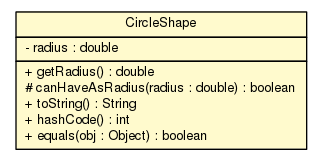
The Graphviz diagram doc/world/physics/geometry/CircleShape.png in sinopeus/asteroids, before a commit. Its source is kept beside it as doc/world/physics/geometry/CircleShape.dot.
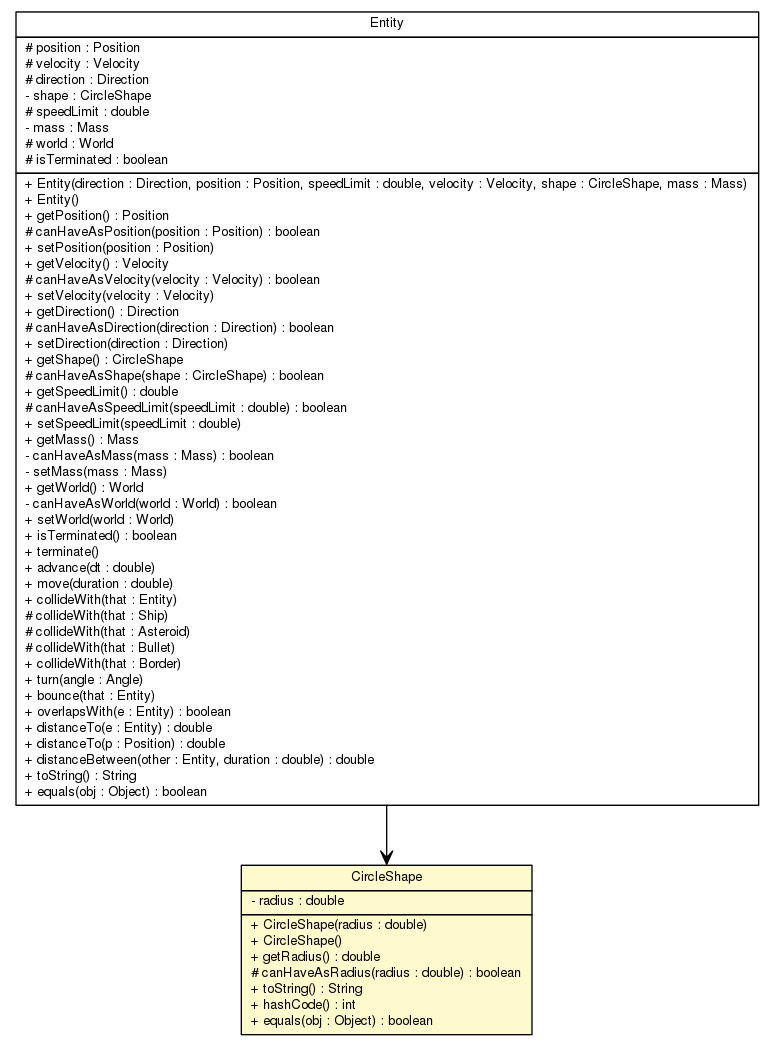
The same diagram one commit later.

Change to the diagram source:
```diff
@@ -4,7 +4,63 @@
 	node [fontname="Helvetica",fontsize=10,shape=plaintext];
 	nodesep=0.25;
 	ranksep=0.5;
-	c6778 [label=<<table title="world.physics.geometry.CircleShape" border="0" cellborder="1" cellspacing="0" cellpadding="2" port="p" bgcolor="lemonChiffon" href="./CircleShape.html">
+	c6804 [label=<<table title="world.entity.Entity" border="0" cellborder="1" cellspacing="0" cellpadding="2" port="p" href="../../entity/Entity.html">
+		<tr><td><table border="0" cellspacing="0" cellpadding="1">
+<tr><td align="center" balign="center"> Entity </td></tr>
+		</table></td></tr>
+		<tr><td><table border="0" cellspacing="0" cellpadding="1">
+<tr><td align="left" balign="left"> # position : Position </td></tr>
+<tr><td align="left" balign="left"> # velocity : Velocity </td></tr>
+<tr><td align="left" balign="left"> # direction : Direction </td></tr>
+<tr><td align="left" balign="left"> - shape : CircleShape </td></tr>
+<tr><td align="left" balign="left"> # speedLimit : double </td></tr>
+<tr><td align="left" balign="left"> - mass : Mass </td></tr>
+<tr><td align="left" balign="left"> # world : World </td></tr>
+<tr><td align="left" balign="left"> # isTerminated : boolean </td></tr>
+		</table></td></tr>
+		<tr><td><table border="0" cellspacing="0" cellpadding="1">
+<tr><td align="left" balign="left"> + Entity(direction : Direction, position : Position, speedLimit : double, velocity : Velocity, shape : CircleShape, mass : Mass) </td></tr>
+<tr><td align="left" balign="left"> + Entity() </td></tr>
+<tr><td align="left" balign="left"> + getPosition() : Position </td></tr>
+<tr><td align="left" balign="left"> # canHaveAsPosition(position : Position) : boolean </td></tr>
+<tr><td align="left" balign="left"> + setPosition(position : Position) </td></tr>
+<tr><td align="left" balign="left"> + getVelocity() : Velocity </td></tr>
+<tr><td align="left" balign="left"> # canHaveAsVelocity(velocity : Velocity) : boolean </td></tr>
+<tr><td align="left" balign="left"> + setVelocity(velocity : Velocity) </td></tr>
+<tr><td align="left" balign="left"> + getDirection() : Direction </td></tr>
+<tr><td align="left" balign="left"> # canHaveAsDirection(direction : Direction) : boolean </td></tr>
+<tr><td align="left" balign="left"> + setDirection(direction : Direction) </td></tr>
+<tr><td align="left" balign="left"> + getShape() : CircleShape </td></tr>
+<tr><td align="left" balign="left"> # canHaveAsShape(shape : CircleShape) : boolean </td></tr>
+<tr><td align="left" balign="left"> + getSpeedLimit() : double </td></tr>
+<tr><td align="left" balign="left"> # canHaveAsSpeedLimit(speedLimit : double) : boolean </td></tr>
+<tr><td align="left" balign="left"> + setSpeedLimit(speedLimit : double) </td></tr>
+<tr><td align="left" balign="left"> + getMass() : Mass </td></tr>
+<tr><td align="left" balign="left"> - canHaveAsMass(mass : Mass) : boolean </td></tr>
+<tr><td align="left" balign="left"> - setMass(mass : Mass) </td></tr>
+<tr><td align="left" balign="left"> + getWorld() : World </td></tr>
+<tr><td align="left" balign="left"> - canHaveAsWorld(world : World) : boolean </td></tr>
+<tr><td align="left" balign="left"> + setWorld(world : World) </td></tr>
+<tr><td align="left" balign="left"> + isTerminated() : boolean </td></tr>
+<tr><td align="left" balign="left"> + terminate() </td></tr>
+<tr><td align="left" balign="left"> + advance(dt : double) </td></tr>
+<tr><td align="left" balign="left"> + move(duration : double) </td></tr>
+<tr><td align="left" balign="left"> + collideWith(that : Entity) </td></tr>
+<tr><td align="left" balign="left"> # collideWith(that : Ship) </td></tr>
+<tr><td align="left" balign="left"> # collideWith(that : Asteroid) </td></tr>
+<tr><td align="left" balign="left"> # collideWith(that : Bullet) </td></tr>
+<tr><td align="left" balign="left"> + collideWith(that : Border) </td></tr>
+<tr><td align="left" balign="left"> + turn(angle : Angle) </td></tr>
+<tr><td align="left" balign="left"> + bounce(that : Entity) </td></tr>
+<tr><td align="left" balign="left"> + overlapsWith(e : Entity) : boolean </td></tr>
+<tr><td align="left" balign="left"> + distanceTo(e : Entity) : double </td></tr>
+<tr><td align="left" balign="left"> + distanceTo(p : Position) : double </td></tr>
+<tr><td align="left" balign="left"> + distanceBetween(other : Entity, duration : double) : double </td></tr>
+<tr><td align="left" balign="left"> + toString() : String </td></tr>
+<tr><td align="left" balign="left"> + equals(obj : Object) : boolean </td></tr>
+		</table></td></tr>
+		</table>>, URL="../../entity/Entity.html", fontname="Helvetica", fontcolor="black", fontsize=10.0];
+	c6814 [label=<<table title="world.physics.geometry.CircleShape" border="0" cellborder="1" cellspacing="0" cellpadding="2" port="p" bgcolor="lemonChiffon" href="./CircleShape.html">
 		<tr><td><table border="0" cellspacing="0" cellpadding="1">
 <tr><td align="center" balign="center"> CircleShape </td></tr>
 		</table></td></tr>
@@ -12,6 +68,8 @@
 <tr><td align="left" balign="left"> - radius : double </td></tr>
 		</table></td></tr>
 		<tr><td><table border="0" cellspacing="0" cellpadding="1">
+<tr><td align="left" balign="left"> + CircleShape(radius : double) </td></tr>
+<tr><td align="left" balign="left"> + CircleShape() </td></tr>
 <tr><td align="left" balign="left"> + getRadius() : double </td></tr>
 <tr><td align="left" balign="left"> # canHaveAsRadius(radius : double) : boolean </td></tr>
 <tr><td align="left" balign="left"> + toString() : String </td></tr>
@@ -19,4 +77,5 @@
 <tr><td align="left" balign="left"> + equals(obj : Object) : boolean </td></tr>
 		</table></td></tr>
 		</table>>, URL="./CircleShape.html", fontname="Helvetica", fontcolor="black", fontsize=10.0];
+	c6804:p -> c6814:p [taillabel="", label="", headlabel="", fontname="Helvetica", fontcolor="black", fontsize=10.0, color="black", arrowhead=open];
 }
```
